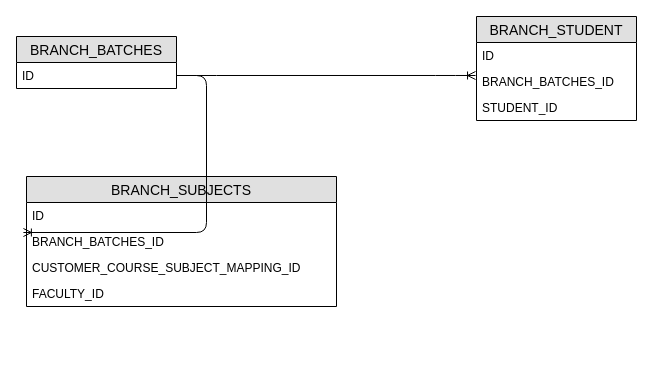
Before: Documents/DB/Batches/BATCHES.drawio in guruvenamah2019/VedSoft, a draw.io diagram. Source tidied: cells renumbered, new cells numbered last; positions are measured from the earlier drawing's top-left corner, leaving out a move shared by most shapes. Both pictures are drawn from the tidied source at 100%, with x=0, y=0 at pixel (16, 16).
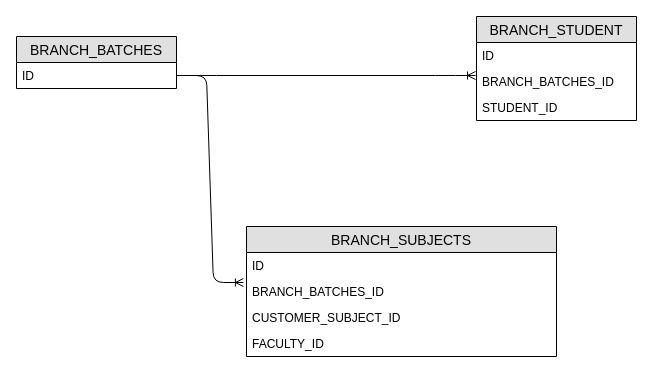
Above is the later version.

Commit message (it also covers changes not shown here):
dev:Fee Structure added.

The edit, as a diff of the source:
```diff
@@
 <mxGraphModel>
   <root>
     <mxCell id="0" />
     <mxCell id="1" parent="0" />
     <mxCell id="2" value="BRANCH_BATCHES" style="swimlane;fontStyle=0;horizontal=1;startSize=26;fillColor=#e0e0e0;swimlaneFillColor=#ffffff;align=center;fontSize=14;" parent="1" vertex="1">
       <mxGeometry y="20" width="160" height="52" as="geometry" />
     </mxCell>
     <mxCell id="3" value="ID" style="text;strokeColor=none;fillColor=none;spacingLeft=4;spacingRight=4;overflow=hidden;points=[[0,0.5],[1,0.5]];portConstraint=eastwest;fontSize=12;" parent="2" vertex="1">
       <mxGeometry y="26" width="160" height="26" as="geometry" />
     </mxCell>
     <mxCell id="4" value="BRANCH_STUDENT" style="swimlane;fontStyle=0;horizontal=1;startSize=26;fillColor=#e0e0e0;swimlaneFillColor=#ffffff;align=center;fontSize=14;" parent="1" vertex="1">
       <mxGeometry x="460" width="160" height="104" as="geometry" />
     </mxCell>
     <mxCell id="5" value="ID" style="text;strokeColor=none;fillColor=none;spacingLeft=4;spacingRight=4;overflow=hidden;fontSize=12;" parent="4" vertex="1">
       <mxGeometry y="26" width="160" height="26" as="geometry" />
     </mxCell>
     <mxCell id="6" value="BRANCH_BATCHES_ID" style="text;strokeColor=none;fillColor=none;spacingLeft=4;spacingRight=4;overflow=hidden;points=[[0,0.5],[1,0.5]];portConstraint=eastwest;fontSize=12;" parent="4" vertex="1">
       <mxGeometry y="52" width="160" height="26" as="geometry" />
     </mxCell>
     <mxCell id="7" value="STUDENT_ID" style="text;strokeColor=none;fillColor=none;spacingLeft=4;spacingRight=4;overflow=hidden;fontSize=12;" parent="4" vertex="1">
       <mxGeometry y="78" width="160" height="26" as="geometry" />
     </mxCell>
     <mxCell id="8" value="BRANCH_SUBJECTS" style="swimlane;fontStyle=0;horizontal=1;startSize=26;fillColor=#e0e0e0;swimlaneFillColor=#ffffff;align=center;fontSize=14;" parent="1" vertex="1">
-      <mxGeometry x="10" y="160" width="310" height="130" as="geometry" />
+      <mxGeometry x="230" y="210" width="310" height="130" as="geometry" />
     </mxCell>
     <mxCell id="9" value="ID" style="text;strokeColor=none;fillColor=none;spacingLeft=4;spacingRight=4;overflow=hidden;fontSize=12;" parent="8" vertex="1">
       <mxGeometry y="26" width="310" height="26" as="geometry" />
     </mxCell>
     <mxCell id="10" value="BRANCH_BATCHES_ID" style="text;strokeColor=none;fillColor=none;spacingLeft=4;spacingRight=4;overflow=hidden;points=[[0,0.5],[1,0.5]];portConstraint=eastwest;fontSize=12;" parent="8" vertex="1">
       <mxGeometry y="52" width="310" height="26" as="geometry" />
     </mxCell>
-    <mxCell id="11" value="CUSTOMER_COURSE_SUBJECT_MAPPING_ID" style="text;strokeColor=none;fillColor=none;spacingLeft=4;spacingRight=4;overflow=hidden;fontSize=12;" parent="8" vertex="1">
+    <mxCell id="11" value="CUSTOMER_SUBJECT_ID" style="text;strokeColor=none;fillColor=none;spacingLeft=4;spacingRight=4;overflow=hidden;fontSize=12;" parent="8" vertex="1">
       <mxGeometry y="78" width="310" height="26" as="geometry" />
     </mxCell>
     <mxCell id="12" value="FACULTY_ID" style="text;strokeColor=none;fillColor=none;spacingLeft=4;spacingRight=4;overflow=hidden;fontSize=12;" parent="8" vertex="1">
       <mxGeometry y="104" width="310" height="26" as="geometry" />
     </mxCell>
     <mxCell id="13" style="edgeStyle=entityRelationEdgeStyle;fontSize=12;html=1;endArrow=ERoneToMany;entryX=-0.006;entryY=0.269;entryDx=0;entryDy=0;entryPerimeter=0;exitX=1;exitY=0.5;exitDx=0;exitDy=0;" parent="1" edge="1" source="3" target="6">
       <mxGeometry relative="1" as="geometry" />
     </mxCell>
     <mxCell id="14" style="edgeStyle=entityRelationEdgeStyle;fontSize=12;html=1;endArrow=ERoneToMany;entryX=-0.01;entryY=0.154;entryDx=0;entryDy=0;entryPerimeter=0;" parent="1" edge="1" source="3" target="10">
       <mxGeometry relative="1" as="geometry" />
     </mxCell>
   </root>
 </mxGraphModel>
```
